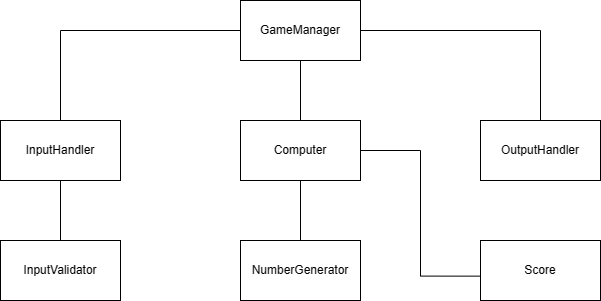
Above: docs/image/class_diagram.png in woowacourse-precourse/java-baseball-6 (draw.io), before the change. Source tidied: cells renumbered, new cells last; positions are measured from the earlier drawing's top-left corner, leaving out a move shared by most shapes.
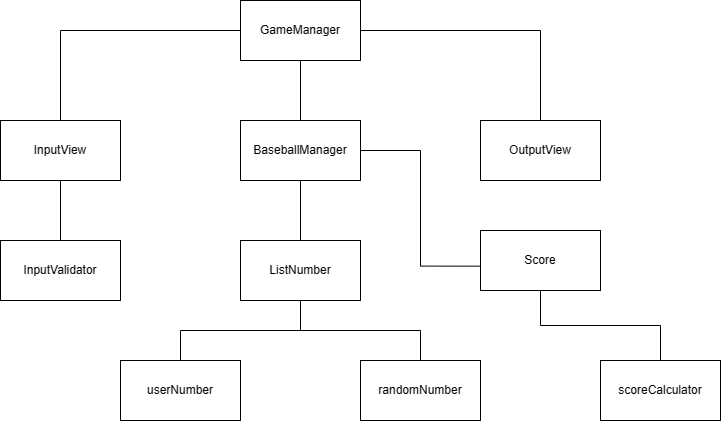
Above is the later version.

Commit message:
docs: 클래스 다이어그램 및 설명 수정

The edit, as a diff of the source:
```diff
@@ -17,29 +17,47 @@
     <mxCell id="6" style="edgeStyle=orthogonalEdgeStyle;rounded=0;jettySize=auto;html=1;exitX=0.5;exitY=1;exitDx=0;exitDy=0;entryX=0.5;entryY=0;entryDx=0;entryDy=0;endArrow=none;endFill=0;" parent="1" edge="1" source="7" target="12">
       <mxGeometry relative="1" as="geometry" />
     </mxCell>
-    <mxCell id="7" value="Computer" style="rounded=0;whiteSpace=wrap;html=1;" parent="1" vertex="1">
+    <mxCell id="7" value="BaseballManager" style="rounded=0;whiteSpace=wrap;html=1;" parent="1" vertex="1">
       <mxGeometry x="240" y="120" width="120" height="60" as="geometry" />
     </mxCell>
     <mxCell id="8" style="edgeStyle=orthogonalEdgeStyle;rounded=0;jettySize=auto;html=1;exitX=0.5;exitY=1;exitDx=0;exitDy=0;entryX=0.5;entryY=0;entryDx=0;entryDy=0;endArrow=none;endFill=0;" parent="1" edge="1" source="9" target="11">
       <mxGeometry relative="1" as="geometry" />
     </mxCell>
-    <mxCell id="9" value="InputHandler" style="rounded=0;whiteSpace=wrap;html=1;" parent="1" vertex="1">
+    <mxCell id="9" value="InputView" style="rounded=0;whiteSpace=wrap;html=1;" parent="1" vertex="1">
       <mxGeometry y="120" width="120" height="60" as="geometry" />
     </mxCell>
-    <mxCell id="10" value="OutputHandler" style="rounded=0;whiteSpace=wrap;html=1;" parent="1" vertex="1">
+    <mxCell id="10" value="OutputView" style="rounded=0;whiteSpace=wrap;html=1;" parent="1" vertex="1">
       <mxGeometry x="480" y="120" width="120" height="60" as="geometry" />
     </mxCell>
     <mxCell id="11" value="InputValidator" style="rounded=0;whiteSpace=wrap;html=1;" parent="1" vertex="1">
       <mxGeometry y="240" width="120" height="60" as="geometry" />
     </mxCell>
+    <mxCell id="15" style="edgeStyle=orthogonalEdgeStyle;rounded=0;jettySize=auto;html=1;exitX=0.5;exitY=1;exitDx=0;exitDy=0;entryX=0.5;entryY=0;entryDx=0;entryDy=0;endArrow=none;endFill=0;" parent="1" edge="1" source="12" target="18">
+      <mxGeometry relative="1" as="geometry" />
+    </mxCell>
+    <mxCell id="16" style="edgeStyle=orthogonalEdgeStyle;rounded=0;jettySize=auto;html=1;exitX=0.5;exitY=1;exitDx=0;exitDy=0;entryX=0.5;entryY=0;entryDx=0;entryDy=0;endArrow=none;endFill=0;" parent="1" edge="1" source="12" target="19">
+      <mxGeometry relative="1" as="geometry" />
+    </mxCell>
-    <mxCell id="12" value="NumberGenerator" style="rounded=0;whiteSpace=wrap;html=1;" parent="1" vertex="1">
+    <mxCell id="12" value="ListNumber" style="rounded=0;whiteSpace=wrap;html=1;" parent="1" vertex="1">
       <mxGeometry x="240" y="240" width="120" height="60" as="geometry" />
     </mxCell>
+    <mxCell id="17" style="edgeStyle=orthogonalEdgeStyle;rounded=0;jettySize=auto;html=1;exitX=0.5;exitY=1;exitDx=0;exitDy=0;entryX=0.5;entryY=0;entryDx=0;entryDy=0;endArrow=none;endFill=0;" parent="1" edge="1" source="13" target="20">
+      <mxGeometry relative="1" as="geometry" />
+    </mxCell>
     <mxCell id="13" value="Score" style="rounded=0;whiteSpace=wrap;html=1;" parent="1" vertex="1">
-      <mxGeometry x="480" y="240" width="120" height="60" as="geometry" />
+      <mxGeometry x="480" y="230" width="120" height="60" as="geometry" />
     </mxCell>
     <mxCell id="14" style="edgeStyle=orthogonalEdgeStyle;rounded=0;jettySize=auto;html=1;exitX=1;exitY=0.5;exitDx=0;exitDy=0;entryX=-0.004;entryY=0.594;entryDx=0;entryDy=0;entryPerimeter=0;endArrow=none;endFill=0;" parent="1" edge="1" source="7" target="13">
       <mxGeometry relative="1" as="geometry" />
     </mxCell>
+    <mxCell id="18" value="userNumber" style="rounded=0;whiteSpace=wrap;html=1;" parent="1" vertex="1">
+      <mxGeometry x="120" y="360" width="120" height="60" as="geometry" />
+    </mxCell>
+    <mxCell id="19" value="randomNumber" style="rounded=0;whiteSpace=wrap;html=1;" parent="1" vertex="1">
+      <mxGeometry x="360" y="360" width="120" height="60" as="geometry" />
+    </mxCell>
+    <mxCell id="20" value="scoreCalculator" style="rounded=0;whiteSpace=wrap;html=1;" parent="1" vertex="1">
+      <mxGeometry x="600" y="360" width="120" height="60" as="geometry" />
+    </mxCell>
   </root>
 </mxGraphModel>
```
